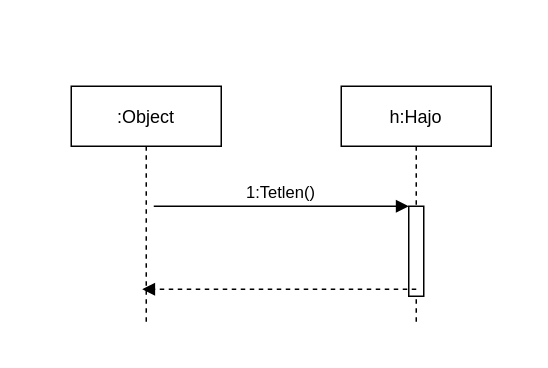
Earlier version of the draw.io diagram doc/uml/doNothing.drawio (torpeBoiGo/aszteroidabanyaszat). Source tidied: cells renumbered, new cells numbered last; positions are measured from the earlier drawing's top-left corner, leaving out a move shared by most shapes. Both pictures are drawn from the tidied source at 150%, with x=0, y=0 at pixel (70, 86).
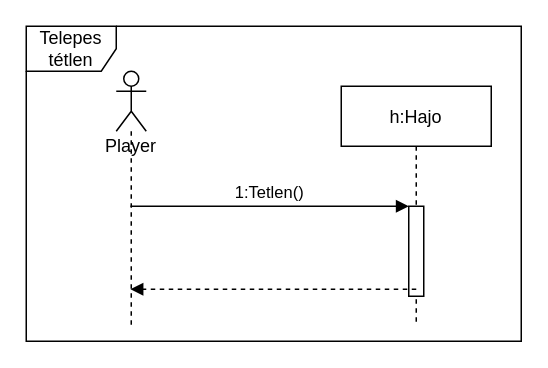
After the change.

Diff of the diagram source:
```diff
@@
 <mxGraphModel>
   <root>
     <mxCell id="0" />
     <mxCell id="1" parent="0" />
-    <mxCell id="2" value=":Object" style="shape=umlLifeline;perimeter=lifelinePerimeter;rounded=0;shadow=0;strokeWidth=1;" parent="1" vertex="1">
-      <mxGeometry width="100" height="160" as="geometry" />
-    </mxCell>
     <mxCell id="3" value="h:Hajo" style="shape=umlLifeline;perimeter=lifelinePerimeter;rounded=0;shadow=0;strokeWidth=1;" parent="1" vertex="1">
       <mxGeometry x="180" width="100" height="160" as="geometry" />
     </mxCell>
     <mxCell id="4" style="points=[];perimeter=orthogonalPerimeter;rounded=0;shadow=0;strokeWidth=1;" parent="3" vertex="1">
       <mxGeometry x="45" y="80" width="10" height="60" as="geometry" />
     </mxCell>
-    <mxCell id="5" value="1:Tetlen()" style="verticalAlign=bottom;endArrow=block;entryX=0;entryY=0;shadow=0;strokeWidth=1;" parent="1" edge="1" target="4">
-      <mxGeometry relative="1" as="geometry">
-        <mxPoint x="55" y="80" as="sourcePoint" />
-      </mxGeometry>
+    <mxCell id="5" value="1:Tetlen()" style="verticalAlign=bottom;endArrow=block;entryX=0;entryY=0;shadow=0;strokeWidth=1;" parent="1" edge="1" source="7" target="4">
+      <mxGeometry relative="1" as="geometry" />
     </mxCell>
-    <mxCell id="6" style="verticalAlign=bottom;endArrow=block;entryX=0.473;entryY=0.846;shadow=0;strokeWidth=1;entryDx=0;entryDy=0;entryPerimeter=0;dashed=1;exitX=0.5;exitY=0.922;exitDx=0;exitDy=0;exitPerimeter=0;" parent="1" edge="1" source="4" target="2">
+    <mxCell id="6" style="verticalAlign=bottom;endArrow=block;shadow=0;strokeWidth=1;dashed=1;exitX=0.5;exitY=0.922;exitDx=0;exitDy=0;exitPerimeter=0;" parent="1" edge="1" source="4" target="7">
       <mxGeometry relative="1" as="geometry" />
     </mxCell>
+    <mxCell id="7" value="Player" style="shape=umlLifeline;participant=umlActor;perimeter=lifelinePerimeter;whiteSpace=wrap;html=1;verticalAlign=top;spacingTop=36;outlineConnect=0;size=40;" parent="1" vertex="1">
+      <mxGeometry x="30" y="-10" width="20" height="170" as="geometry" />
+    </mxCell>
+    <mxCell id="8" value="Telepes&lt;br&gt;tétlen" style="shape=umlFrame;whiteSpace=wrap;html=1;" parent="1" vertex="1">
+      <mxGeometry x="-30" y="-40" width="330" height="210" as="geometry" />
+    </mxCell>
   </root>
 </mxGraphModel>
```
